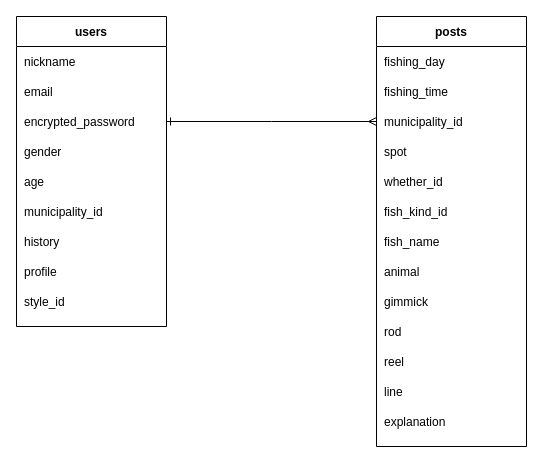
ga-syu0106/fishing-app keeps this draw.io diagram as fishing.dio. Above is the earlier version. Source tidied: cells renumbered, new cells numbered last; positions are measured from the earlier drawing's top-left corner, leaving out a move shared by most shapes. Both pictures are drawn from the tidied source at 100%, with x=0, y=0 at pixel (16, 16).
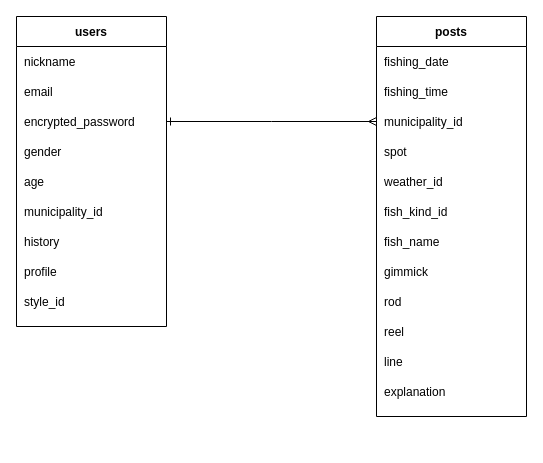
After the change.

Commit message (it also covers changes not shown here):
カラムミス修正 animalsカラム削除

Unchanged cells that the change refers to:
```xml
<mxCell id="22" style="shape=partialRectangle;fillColor=none;top=0;left=0;bottom=0;right=0;" parent="21" vertex="1">
  <mxGeometry y="30" width="150" height="30" as="geometry" />
</mxCell>
<mxCell id="30" style="shape=partialRectangle;fillColor=none;top=0;left=0;bottom=0;right=0;" parent="21" vertex="1">
  <mxGeometry y="150" width="150" height="30" as="geometry" />
</mxCell>
```

What changed in the source:
```diff
@@
     <mxCell id="21" value="posts" style="shape=table;startSize=30;childLayout=tableLayout;rowLines=0;fontStyle=1;align=center;" parent="1" vertex="1">
-      <mxGeometry x="360" width="150" height="430" as="geometry" />
+      <mxGeometry x="360" width="150" height="400" as="geometry" />
     </mxCell>
@@
-    <mxCell id="23" value="fishing_day" style="shape=partialRectangle;fillColor=none;top=0;left=0;bottom=0;right=0;align=left;spacingLeft=6;overflow=hidden;" parent="22" vertex="1">
+    <mxCell id="23" value="fishing_date" style="shape=partialRectangle;fillColor=none;top=0;left=0;bottom=0;right=0;align=left;spacingLeft=6;overflow=hidden;" parent="22" vertex="1">
       <mxGeometry width="150" height="30" as="geometry" />
     </mxCell>
@@
-    <mxCell id="31" value="whether_id" style="shape=partialRectangle;fillColor=none;top=0;left=0;bottom=0;right=0;align=left;spacingLeft=6;overflow=hidden;" parent="30" vertex="1">
+    <mxCell id="31" value="weather_id" style="shape=partialRectangle;fillColor=none;top=0;left=0;bottom=0;right=0;align=left;spacingLeft=6;overflow=hidden;" parent="30" vertex="1">
       <mxGeometry width="150" height="30" as="geometry" />
     </mxCell>
@@
-    <mxCell id="36" style="shape=partialRectangle;fillColor=none;top=0;left=0;bottom=0;right=0;" parent="21" vertex="1">
-      <mxGeometry y="240" width="150" height="30" as="geometry" />
-    </mxCell>
-    <mxCell id="37" value="animal" style="shape=partialRectangle;fillColor=none;top=0;left=0;bottom=0;right=0;align=left;spacingLeft=6;overflow=hidden;" parent="36" vertex="1">
-      <mxGeometry width="150" height="30" as="geometry" />
-    </mxCell>
     <mxCell id="38" style="shape=partialRectangle;fillColor=none;top=0;left=0;bottom=0;right=0;" parent="21" vertex="1">
-      <mxGeometry y="270" width="150" height="30" as="geometry" />
+      <mxGeometry y="240" width="150" height="30" as="geometry" />
     </mxCell>
@@
     <mxCell id="40" style="shape=partialRectangle;fillColor=none;top=0;left=0;bottom=0;right=0;" parent="21" vertex="1">
-      <mxGeometry y="300" width="150" height="30" as="geometry" />
+      <mxGeometry y="270" width="150" height="30" as="geometry" />
     </mxCell>
@@
     <mxCell id="42" style="shape=partialRectangle;fillColor=none;top=0;left=0;bottom=0;right=0;" parent="21" vertex="1">
-      <mxGeometry y="330" width="150" height="30" as="geometry" />
+      <mxGeometry y="300" width="150" height="30" as="geometry" />
     </mxCell>
@@
     <mxCell id="44" style="shape=partialRectangle;fillColor=none;top=0;left=0;bottom=0;right=0;" parent="21" vertex="1">
-      <mxGeometry y="360" width="150" height="30" as="geometry" />
+      <mxGeometry y="330" width="150" height="30" as="geometry" />
     </mxCell>
@@
     <mxCell id="46" style="shape=partialRectangle;fillColor=none;top=0;left=0;bottom=0;right=0;" parent="21" vertex="1">
-      <mxGeometry y="390" width="150" height="30" as="geometry" />
+      <mxGeometry y="360" width="150" height="30" as="geometry" />
     </mxCell>
```
